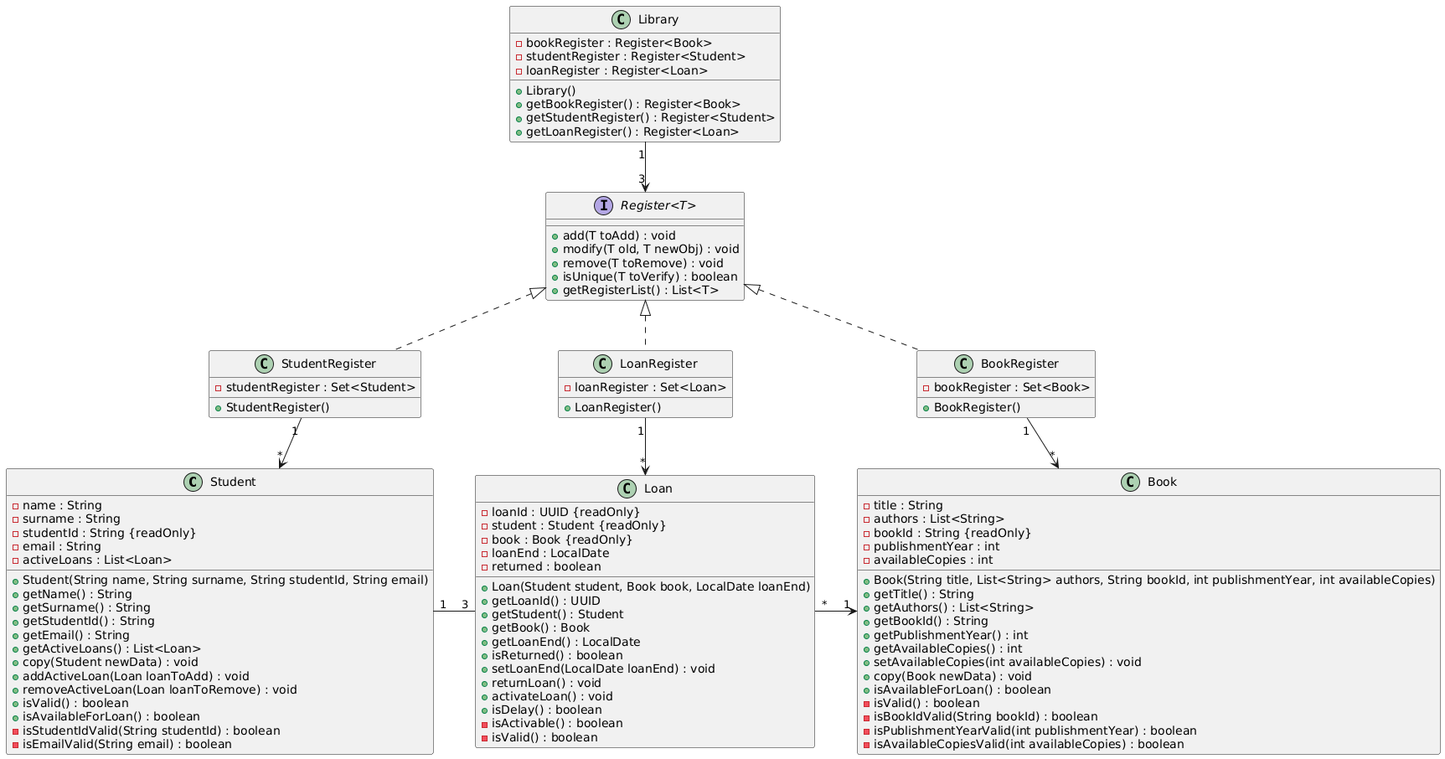
Before: docs/Class Diagrams/Detailed View/Complete Diagrams/ModelPerspective/ModelsPerspective.png, a diagram exported from PlantUML (cwke/LibraryManager). Source of this version:
```plantuml
@startuml
skinparam nodesep 50

Student "1" -r- "3" Loan

Loan "*" -r-> "1" Book

BookRegister "1" -d-> "*" Book
BookRegister .u.|> "Register<T>"

StudentRegister "1" -d-> "*" Student
StudentRegister .u.|> "Register<T>"

LoanRegister "1" -d-> "*" Loan
LoanRegister .u.|> "Register<T>"

Library "1" -d-> "3" "Register<T>"

class Student {
    - name : String
    - surname : String
    - studentId : String {readOnly}
    - email : String
    - activeLoans : List<Loan>

    + Student(String name, String surname, String studentId, String email)
    + getName() : String
    + getSurname() : String
    + getStudentId() : String
    + getEmail() : String
    + getActiveLoans() : List<Loan>
    + copy(Student newData) : void
    + addActiveLoan(Loan loanToAdd) : void
    + removeActiveLoan(Loan loanToRemove) : void
    + isValid() : boolean
    + isAvailableForLoan() : boolean
    - isStudentIdValid(String studentId) : boolean
    - isEmailValid(String email) : boolean
}

class Loan {
    - loanId : UUID {readOnly}
    - student : Student {readOnly}
    - book : Book {readOnly}
    - loanEnd : LocalDate
    - returned : boolean

    + Loan(Student student, Book book, LocalDate loanEnd)
    + getLoanId() : UUID
    + getStudent() : Student
    + getBook() : Book
    + getLoanEnd() : LocalDate
    + isReturned() : boolean
    + setLoanEnd(LocalDate loanEnd) : void
    + returnLoan() : void
    + activateLoan() : void
    + isDelay() : boolean
    - isActivable() : boolean
    - isValid() : boolean
}

class Book {
    - title : String
    - authors : List<String>
    - bookId : String {readOnly}
    - publishmentYear : int
    - availableCopies : int

    + Book(String title, List<String> authors, String bookId, int publishmentYear, int availableCopies)
    + getTitle() : String
    + getAuthors() : List<String>
    + getBookId() : String
    + getPublishmentYear() : int
    + getAvailableCopies() : int
    + setAvailableCopies(int availableCopies) : void
    + copy(Book newData) : void
    + isAvailableForLoan() : boolean
    - isValid() : boolean
    - isBookIdValid(String bookId) : boolean
    - isPublishmentYearValid(int publishmentYear) : boolean
    - isAvailableCopiesValid(int availableCopies) : boolean
}

interface "Register<T>" {
    + add(T toAdd) : void
    + modify(T old, T newObj) : void
    + remove(T toRemove) : void
    + isUnique(T toVerify) : boolean
    + getRegisterList() : List<T>
}

class BookRegister {
    - bookRegister : Set<Book>

    + BookRegister()
}

class StudentRegister {
    - studentRegister : Set<Student>

    + StudentRegister()
}

class LoanRegister {
    - loanRegister : Set<Loan>

    + LoanRegister()
}

class Library {
    - bookRegister : Register<Book>
    - studentRegister : Register<Student>
    - loanRegister : Register<Loan>

    + Library()
    + getBookRegister() : Register<Book>
    + getStudentRegister() : Register<Student>
    + getLoanRegister() : Register<Loan>
}
@enduml
```
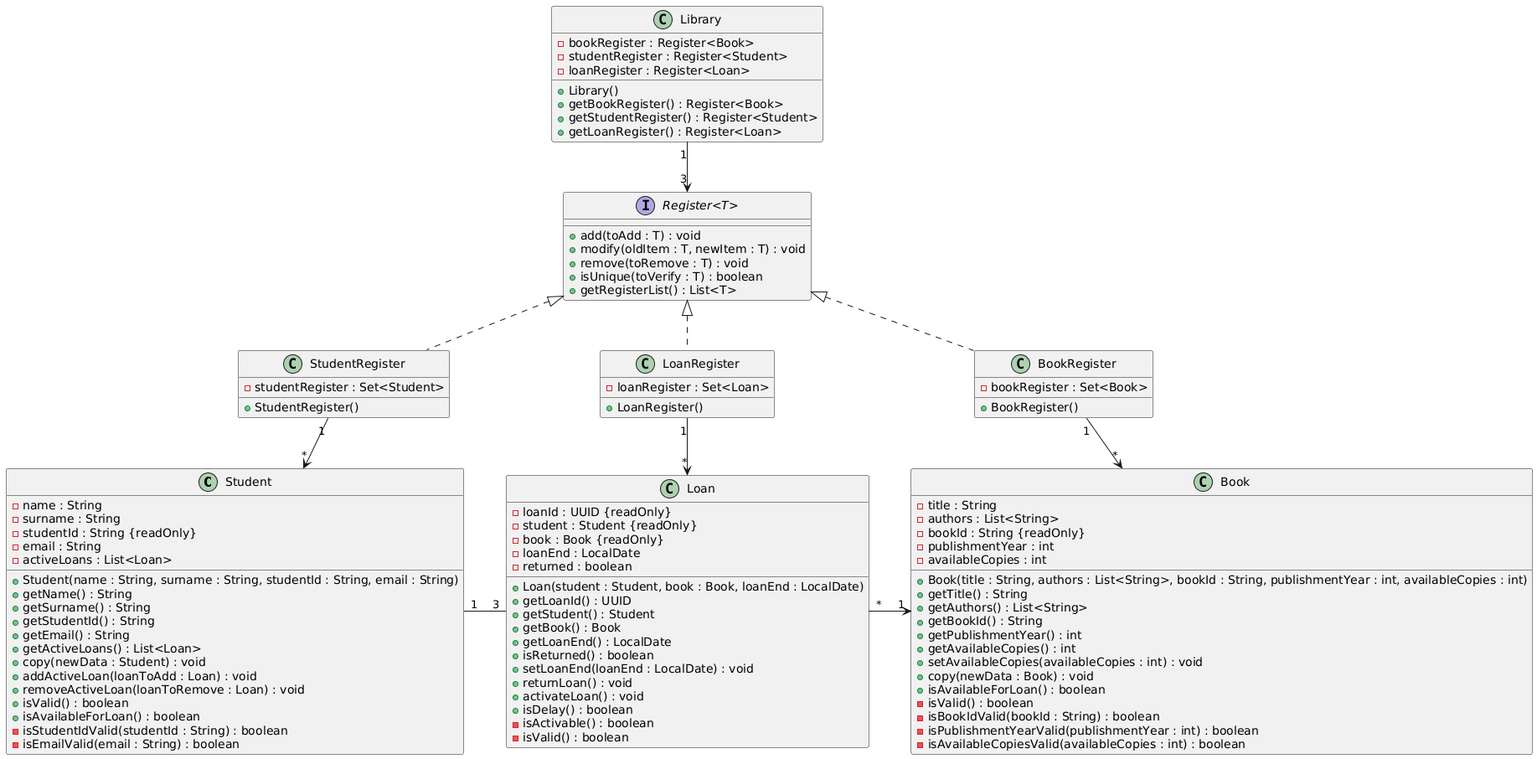
After the commit.

Change to the diagram source:
```diff
@@ -16,6 +16,8 @@
 
 Library "1" -d-> "3" "Register<T>"
 
+
+
 class Student {
     - name : String
     - surname : String
@@ -23,19 +25,19 @@
     - email : String
     - activeLoans : List<Loan>
 
-    + Student(String name, String surname, String studentId, String email)
+    + Student(name : String, surname : String, studentId : String, email : String)
     + getName() : String
     + getSurname() : String
     + getStudentId() : String
     + getEmail() : String
     + getActiveLoans() : List<Loan>
-    + copy(Student newData) : void
-    + addActiveLoan(Loan loanToAdd) : void
-    + removeActiveLoan(Loan loanToRemove) : void
+    + copy(newData : Student) : void
+    + addActiveLoan(loanToAdd : Loan) : void
+    + removeActiveLoan(loanToRemove : Loan) : void
     + isValid() : boolean
     + isAvailableForLoan() : boolean
-    - isStudentIdValid(String studentId) : boolean
-    - isEmailValid(String email) : boolean
+    - isStudentIdValid(studentId : String) : boolean
+    - isEmailValid(email : String) : boolean
 }
 
 class Loan {
@@ -45,13 +47,13 @@
     - loanEnd : LocalDate
     - returned : boolean
 
-    + Loan(Student student, Book book, LocalDate loanEnd)
+    + Loan(student : Student, book : Book, loanEnd : LocalDate)
     + getLoanId() : UUID
     + getStudent() : Student
     + getBook() : Book
     + getLoanEnd() : LocalDate
     + isReturned() : boolean
-    + setLoanEnd(LocalDate loanEnd) : void
+    + setLoanEnd(loanEnd : LocalDate) : void
     + returnLoan() : void
     + activateLoan() : void
     + isDelay() : boolean
@@ -66,26 +68,26 @@
     - publishmentYear : int
     - availableCopies : int
 
-    + Book(String title, List<String> authors, String bookId, int publishmentYear, int availableCopies)
+    + Book(title : String, authors : List<String>, bookId : String, publishmentYear : int, availableCopies : int)
     + getTitle() : String
     + getAuthors() : List<String>
     + getBookId() : String
     + getPublishmentYear() : int
     + getAvailableCopies() : int
-    + setAvailableCopies(int availableCopies) : void
-    + copy(Book newData) : void
+    + setAvailableCopies(availableCopies : int) : void
+    + copy(newData : Book) : void
     + isAvailableForLoan() : boolean
     - isValid() : boolean
-    - isBookIdValid(String bookId) : boolean
-    - isPublishmentYearValid(int publishmentYear) : boolean
-    - isAvailableCopiesValid(int availableCopies) : boolean
+    - isBookIdValid(bookId : String) : boolean
+    - isPublishmentYearValid(publishmentYear : int) : boolean
+    - isAvailableCopiesValid(availableCopies : int) : boolean
 }
 
 interface "Register<T>" {
-    + add(T toAdd) : void
-    + modify(T old, T newObj) : void
-    + remove(T toRemove) : void
-    + isUnique(T toVerify) : boolean
+    + add(toAdd : T) : void
+    + modify(oldItem : T, newItem : T) : void
+    + remove(toRemove : T) : void
+    + isUnique(toVerify : T) : boolean
     + getRegisterList() : List<T>
 }
 
```
